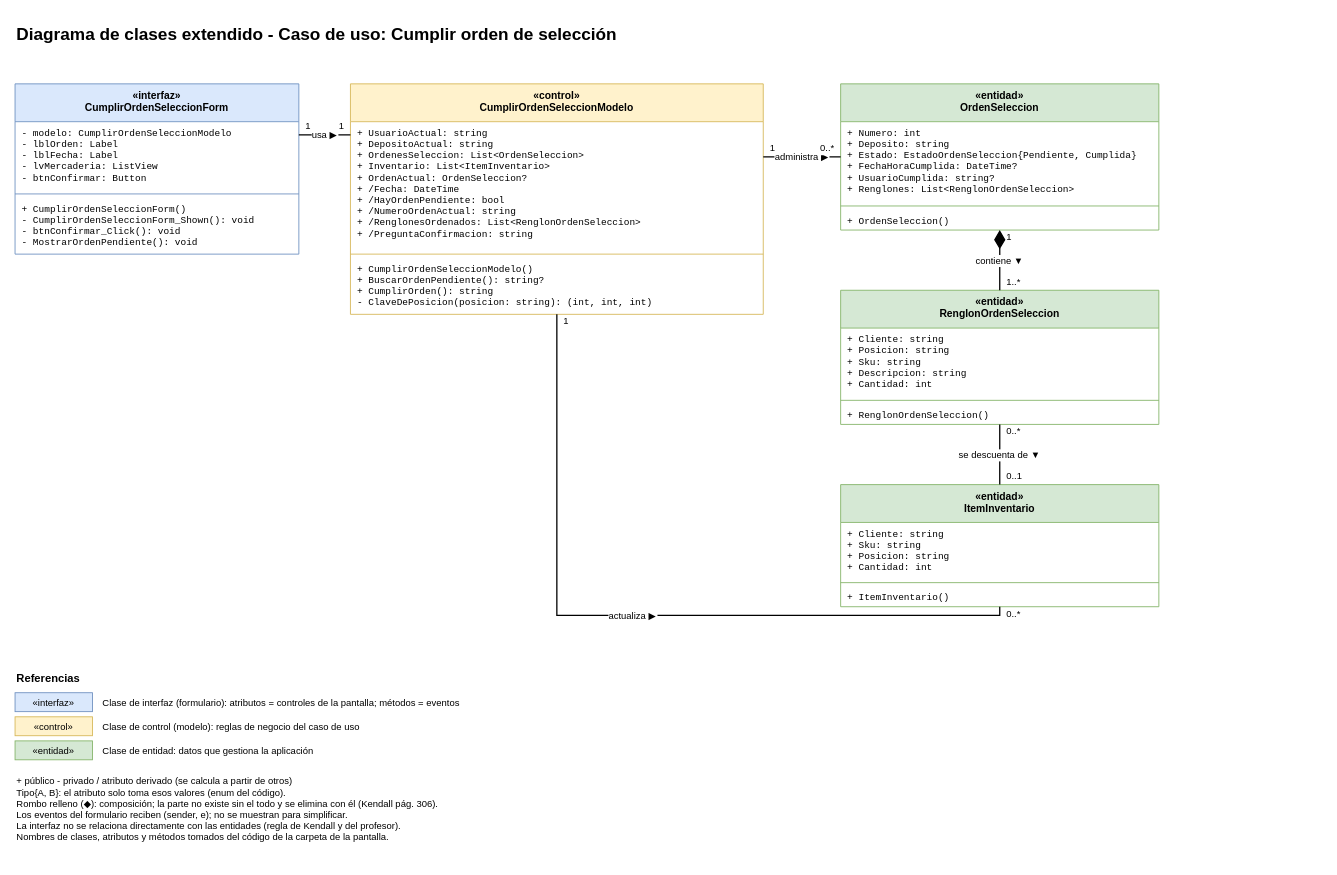
Teomt1/GrupoC keeps this draw.io diagram as CumplirOrdenSeleccion/DiagramaClases-CumplirOrdenSeleccion.drawio. Above is the earlier version. Source tidied: cells renumbered, new cells numbered last; positions are measured from the earlier drawing's top-left corner, leaving out a move shared by most shapes. Both pictures are drawn from the tidied source at 86%, with x=0, y=0 at pixel (15, 15).
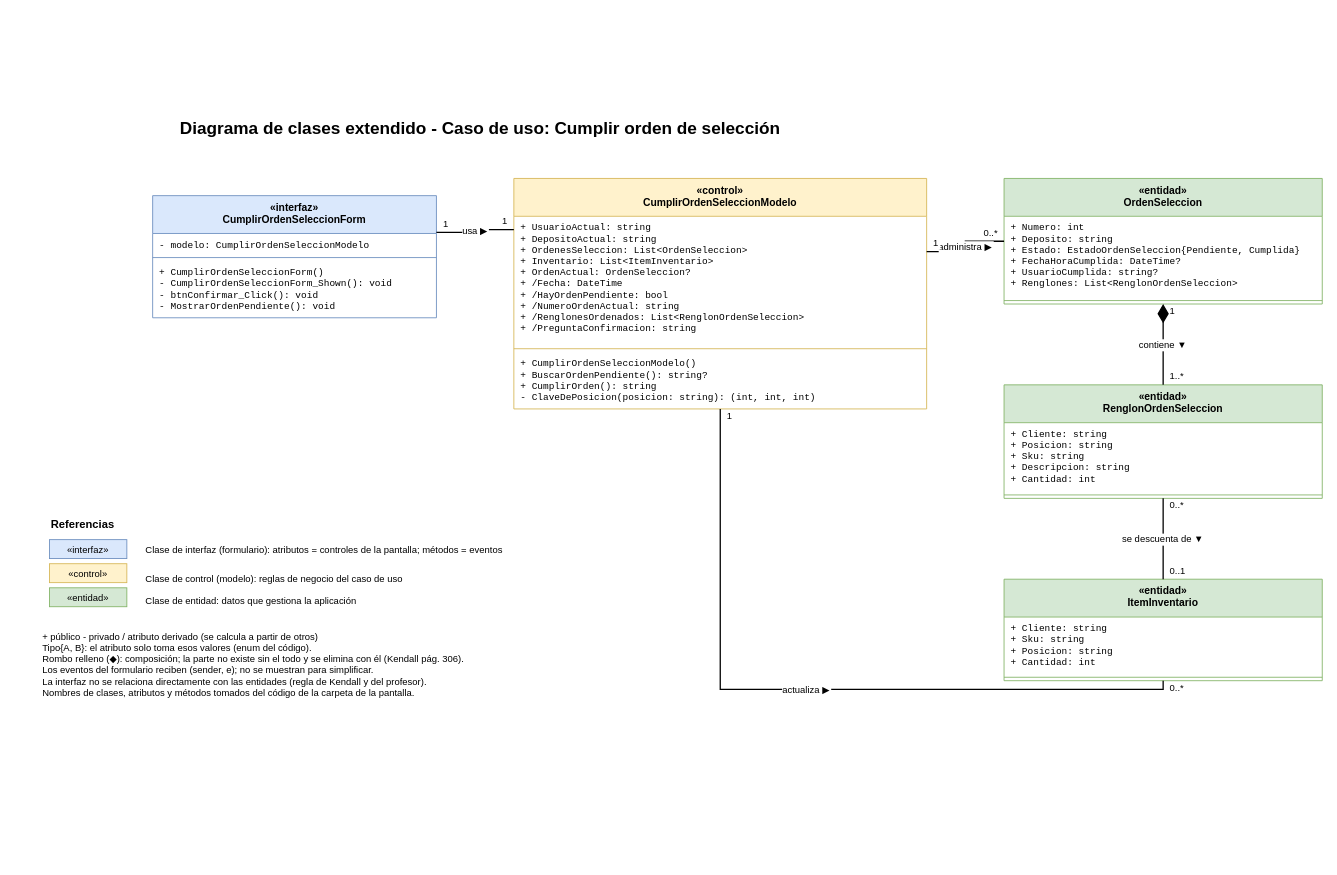
Above is the later version.

Commit message:
diagrama actualizado ordenseleccion

The change refers to these unchanged cells:
```xml
<mxCell id="23" value="usa ▶" style="endArrow=none;html=0;edgeStyle=orthogonalEdgeStyle;rounded=0;fontSize=11;labelBackgroundColor=#ffffff;strokeWidth=1.5;exitX=1;exitY=0.3;exitDx=0;exitDy=0;entryX=0;entryY=0.2216;entryDx=0;entryDy=0;" parent="1" edge="1" source="3" target="7">
  <mxGeometry relative="1" as="geometry" />
</mxCell>
<mxCell id="26" value="administra ▶" style="endArrow=none;html=0;edgeStyle=orthogonalEdgeStyle;rounded=0;fontSize=11;labelBackgroundColor=#ffffff;strokeWidth=1.5;exitX=1;exitY=0.3172;exitDx=0;exitDy=0;entryX=0;entryY=0.5;entryDx=0;entryDy=0;" parent="1" edge="1" source="7" target="11">
  <mxGeometry relative="1" as="geometry" />
</mxCell>
<mxCell id="29" value="actualiza ▶" style="endArrow=none;html=0;edgeStyle=orthogonalEdgeStyle;rounded=0;fontSize=11;labelBackgroundColor=#ffffff;strokeWidth=1.5;exitX=0.5;exitY=1;exitDx=0;exitDy=0;entryX=0.5;entryY=1;entryDx=0;entryDy=0;" parent="1" edge="1" source="7" target="19">
  <mxGeometry relative="1" as="geometry" />
</mxCell>
<mxCell id="32" value="contiene ▼" style="endArrow=none;html=0;edgeStyle=orthogonalEdgeStyle;rounded=0;fontSize=11;labelBackgroundColor=#ffffff;strokeWidth=1.5;startArrow=diamondThin;startFill=1;startSize=18;exitX=0.5;exitY=1;exitDx=0;exitDy=0;entryX=0.5;entryY=0;entryDx=0;entryDy=0;" parent="1" edge="1" source="11" target="15">
  <mxGeometry relative="1" as="geometry" />
</mxCell>
<mxCell id="35" value="se descuenta de ▼" style="endArrow=none;html=0;edgeStyle=orthogonalEdgeStyle;rounded=0;fontSize=11;labelBackgroundColor=#ffffff;strokeWidth=1.5;exitX=0.5;exitY=1;exitDx=0;exitDy=0;entryX=0.5;entryY=0;entryDx=0;entryDy=0;" parent="1" edge="1" source="15" target="19">
  <mxGeometry relative="1" as="geometry" />
</mxCell>
```

The edit, as a diff of the source:
```diff
@@
     <mxCell id="2" value="Diagrama de clases extendido - Caso de uso: Cumplir orden de selección" style="text;html=0;fontSize=20;fontStyle=1;align=left;verticalAlign=middle;" parent="1" vertex="1">
-      <mxGeometry width="1000" height="40" as="geometry" />
+      <mxGeometry x="190" y="110" width="1000" height="40" as="geometry" />
     </mxCell>
     <mxCell id="3" value="«interfaz»&#10;CumplirOrdenSeleccionForm" style="swimlane;fontStyle=1;align=center;verticalAlign=top;horizontal=1;startSize=44;html=0;whiteSpace=wrap;fillColor=#dae8fc;strokeColor=#6c8ebf;swimlaneFillColor=#ffffff;" parent="1" vertex="1">
-      <mxGeometry y="80" width="330" height="198" as="geometry" />
+      <mxGeometry x="160" y="210" width="330" height="142" as="geometry" />
     </mxCell>
-    <mxCell id="4" value="- modelo: CumplirOrdenSeleccionModelo&#10;- lblOrden: Label&#10;- lblFecha: Label&#10;- lvMercaderia: ListView&#10;- btnConfirmar: Button" style="text;strokeColor=none;fillColor=none;align=left;verticalAlign=top;spacingLeft=6;spacingRight=4;overflow=hidden;html=0;fontFamily=Consolas;fontSize=11;" parent="3" vertex="1">
-      <mxGeometry y="44" width="330" height="80" as="geometry" />
-    </mxCell>
-    <mxCell id="5" style="line;strokeWidth=1;fillColor=none;align=left;verticalAlign=middle;spacingTop=-1;spacingLeft=3;spacingRight=3;labelPosition=right;strokeColor=#6c8ebf;" parent="3" vertex="1">
-      <mxGeometry y="124" width="330" height="8" as="geometry" />
-    </mxCell>
+    <mxCell id="46" value="- modelo: CumplirOrdenSeleccionModelo" style="text;strokeColor=none;fillColor=none;align=left;verticalAlign=top;spacingLeft=6;spacingRight=4;overflow=hidden;html=0;fontFamily=Consolas;fontSize=11;" parent="3" vertex="1">
+      <mxGeometry y="44" width="330" height="24" as="geometry" />
+    </mxCell>
+    <mxCell id="47" style="line;strokeWidth=1;fillColor=none;align=left;verticalAlign=middle;spacingTop=-1;spacingLeft=3;spacingRight=3;labelPosition=right;strokeColor=#6c8ebf;" parent="3" vertex="1">
+      <mxGeometry y="68" width="330" height="8" as="geometry" />
+    </mxCell>
     <mxCell id="6" value="+ CumplirOrdenSeleccionForm()&#10;- CumplirOrdenSeleccionForm_Shown(): void&#10;- btnConfirmar_Click(): void&#10;- MostrarOrdenPendiente(): void" style="text;strokeColor=none;fillColor=none;align=left;verticalAlign=top;spacingLeft=6;spacingRight=4;overflow=hidden;html=0;fontFamily=Consolas;fontSize=11;" parent="3" vertex="1">
-      <mxGeometry y="132" width="330" height="66" as="geometry" />
+      <mxGeometry y="76" width="330" height="66" as="geometry" />
     </mxCell>
     <mxCell id="7" value="«control»&#10;CumplirOrdenSeleccionModelo" style="swimlane;fontStyle=1;align=center;verticalAlign=top;horizontal=1;startSize=44;html=0;whiteSpace=wrap;fillColor=#fff2cc;strokeColor=#d6b656;swimlaneFillColor=#ffffff;" parent="1" vertex="1">
-      <mxGeometry x="390" y="80" width="480" height="268" as="geometry" />
+      <mxGeometry x="580" y="190" width="480" height="268" as="geometry" />
     </mxCell>
@@
     <mxCell id="11" value="«entidad»&#10;OrdenSeleccion" style="swimlane;fontStyle=1;align=center;verticalAlign=top;horizontal=1;startSize=44;html=0;whiteSpace=wrap;fillColor=#d5e8d4;strokeColor=#82b366;swimlaneFillColor=#ffffff;" parent="1" vertex="1">
-      <mxGeometry x="960" y="80" width="370" height="170" as="geometry" />
+      <mxGeometry x="1150" y="190" width="370" height="146" as="geometry" />
     </mxCell>
@@
-    <mxCell id="14" value="+ OrdenSeleccion()" style="text;strokeColor=none;fillColor=none;align=left;verticalAlign=top;spacingLeft=6;spacingRight=4;overflow=hidden;html=0;fontFamily=Consolas;fontSize=11;" parent="11" vertex="1">
-      <mxGeometry y="146" width="370" height="24" as="geometry" />
-    </mxCell>
     <mxCell id="15" value="«entidad»&#10;RenglonOrdenSeleccion" style="swimlane;fontStyle=1;align=center;verticalAlign=top;horizontal=1;startSize=44;html=0;whiteSpace=wrap;fillColor=#d5e8d4;strokeColor=#82b366;swimlaneFillColor=#ffffff;" parent="1" vertex="1">
-      <mxGeometry x="960" y="320" width="370" height="156" as="geometry" />
+      <mxGeometry x="1150" y="430" width="370" height="132" as="geometry" />
     </mxCell>
@@
-    <mxCell id="18" value="+ RenglonOrdenSeleccion()" style="text;strokeColor=none;fillColor=none;align=left;verticalAlign=top;spacingLeft=6;spacingRight=4;overflow=hidden;html=0;fontFamily=Consolas;fontSize=11;" parent="15" vertex="1">
-      <mxGeometry y="132" width="370" height="24" as="geometry" />
-    </mxCell>
     <mxCell id="19" value="«entidad»&#10;ItemInventario" style="swimlane;fontStyle=1;align=center;verticalAlign=top;horizontal=1;startSize=44;html=0;whiteSpace=wrap;fillColor=#d5e8d4;strokeColor=#82b366;swimlaneFillColor=#ffffff;" parent="1" vertex="1">
-      <mxGeometry x="960" y="546" width="370" height="142" as="geometry" />
+      <mxGeometry x="1150" y="656" width="370" height="118" as="geometry" />
     </mxCell>
@@
-    <mxCell id="22" value="+ ItemInventario()" style="text;strokeColor=none;fillColor=none;align=left;verticalAlign=top;spacingLeft=6;spacingRight=4;overflow=hidden;html=0;fontFamily=Consolas;fontSize=11;" parent="19" vertex="1">
-      <mxGeometry y="118" width="370" height="24" as="geometry" />
-    </mxCell>
@@
-    <mxCell id="24" value="1" style="edgeLabel;html=0;align=left;verticalAlign=bottom;fontSize=11;" parent="23" vertex="1">
-      <mxGeometry x="-1" relative="1" as="geometry">
-        <mxPoint x="6" y="-2" as="offset" />
-      </mxGeometry>
-    </mxCell>
+    <mxCell id="48" value="1" style="edgeLabel;html=0;align=left;verticalAlign=bottom;fontSize=11;" parent="23" vertex="1">
+      <mxGeometry x="-1" relative="1" as="geometry">
+        <mxPoint x="6" y="-2" as="offset" />
+      </mxGeometry>
+    </mxCell>
@@
-    <mxCell id="27" value="1" style="edgeLabel;html=0;align=left;verticalAlign=bottom;fontSize=11;" parent="26" vertex="1">
-      <mxGeometry x="-1" relative="1" as="geometry">
-        <mxPoint x="6" y="-2" as="offset" />
-      </mxGeometry>
-    </mxCell>
+    <mxCell id="49" value="1" style="edgeLabel;html=0;align=left;verticalAlign=bottom;fontSize=11;" parent="26" vertex="1">
+      <mxGeometry x="-1" relative="1" as="geometry">
+        <mxPoint x="6" y="-2" as="offset" />
+      </mxGeometry>
+    </mxCell>
@@
-    <mxCell id="30" value="1" style="edgeLabel;html=0;align=left;verticalAlign=bottom;fontSize=11;" parent="29" vertex="1">
-      <mxGeometry x="-1" relative="1" as="geometry">
-        <mxPoint x="6" y="16" as="offset" />
-      </mxGeometry>
-    </mxCell>
-    <mxCell id="31" value="0..*" style="edgeLabel;html=0;align=left;verticalAlign=bottom;fontSize=11;" parent="29" vertex="1">
-      <mxGeometry x="1" relative="1" as="geometry">
-        <mxPoint x="6" y="16" as="offset" />
-      </mxGeometry>
-    </mxCell>
+    <mxCell id="50" value="1" style="edgeLabel;html=0;align=left;verticalAlign=bottom;fontSize=11;" parent="29" vertex="1">
+      <mxGeometry x="-1" relative="1" as="geometry">
+        <mxPoint x="6" y="16" as="offset" />
+      </mxGeometry>
+    </mxCell>
+    <mxCell id="51" value="0..*" style="edgeLabel;html=0;align=left;verticalAlign=bottom;fontSize=11;" parent="29" vertex="1">
+      <mxGeometry x="1" relative="1" as="geometry">
+        <mxPoint x="6" y="16" as="offset" />
+      </mxGeometry>
+    </mxCell>
@@
-    <mxCell id="33" value="1" style="edgeLabel;html=0;align=left;verticalAlign=bottom;fontSize=11;" parent="32" vertex="1">
-      <mxGeometry x="-1" relative="1" as="geometry">
-        <mxPoint x="6" y="16" as="offset" />
-      </mxGeometry>
-    </mxCell>
+    <mxCell id="52" value="1" style="edgeLabel;html=0;align=left;verticalAlign=bottom;fontSize=11;" parent="32" vertex="1">
+      <mxGeometry x="-1" relative="1" as="geometry">
+        <mxPoint x="6" y="16" as="offset" />
+      </mxGeometry>
+    </mxCell>
@@
-    <mxCell id="36" value="0..*" style="edgeLabel;html=0;align=left;verticalAlign=bottom;fontSize=11;" parent="35" vertex="1">
-      <mxGeometry x="-1" relative="1" as="geometry">
-        <mxPoint x="6" y="16" as="offset" />
-      </mxGeometry>
-    </mxCell>
+    <mxCell id="53" value="0..*" style="edgeLabel;html=0;align=left;verticalAlign=bottom;fontSize=11;" parent="35" vertex="1">
+      <mxGeometry x="-1" relative="1" as="geometry">
+        <mxPoint x="6" y="16" as="offset" />
+      </mxGeometry>
+    </mxCell>
@@
     <mxCell id="38" value="Referencias" style="text;html=0;fontSize=13;fontStyle=1;align=left;verticalAlign=middle;" parent="1" vertex="1">
-      <mxGeometry y="758" width="200" height="24" as="geometry" />
+      <mxGeometry x="40" y="580" width="200" height="24" as="geometry" />
     </mxCell>
     <mxCell id="39" value="«interfaz»" style="rounded=0;html=0;fillColor=#dae8fc;strokeColor=#6c8ebf;fontSize=11;" parent="1" vertex="1">
-      <mxGeometry y="788" width="90" height="22" as="geometry" />
+      <mxGeometry x="40" y="610" width="90" height="22" as="geometry" />
     </mxCell>
     <mxCell id="40" value="Clase de interfaz (formulario): atributos = controles de la pantalla; métodos = eventos" style="text;html=0;fontSize=11;align=left;verticalAlign=middle;" parent="1" vertex="1">
-      <mxGeometry x="100" y="788" width="600" height="22" as="geometry" />
+      <mxGeometry x="150" y="610" width="600" height="22" as="geometry" />
     </mxCell>
     <mxCell id="41" value="«control»" style="rounded=0;html=0;fillColor=#fff2cc;strokeColor=#d6b656;fontSize=11;" parent="1" vertex="1">
-      <mxGeometry y="816" width="90" height="22" as="geometry" />
+      <mxGeometry x="40" y="638" width="90" height="22" as="geometry" />
     </mxCell>
     <mxCell id="42" value="Clase de control (modelo): reglas de negocio del caso de uso" style="text;html=0;fontSize=11;align=left;verticalAlign=middle;" parent="1" vertex="1">
-      <mxGeometry x="100" y="816" width="600" height="22" as="geometry" />
+      <mxGeometry x="150" y="644" width="600" height="22" as="geometry" />
     </mxCell>
     <mxCell id="43" value="«entidad»" style="rounded=0;html=0;fillColor=#d5e8d4;strokeColor=#82b366;fontSize=11;" parent="1" vertex="1">
-      <mxGeometry y="844" width="90" height="22" as="geometry" />
+      <mxGeometry x="40" y="666" width="90" height="22" as="geometry" />
     </mxCell>
     <mxCell id="44" value="Clase de entidad: datos que gestiona la aplicación" style="text;html=0;fontSize=11;align=left;verticalAlign=middle;" parent="1" vertex="1">
-      <mxGeometry x="100" y="844" width="600" height="22" as="geometry" />
+      <mxGeometry x="150" y="670" width="600" height="22" as="geometry" />
     </mxCell>
     <mxCell id="45" value="+ público   - privado   / atributo derivado (se calcula a partir de otros)&#10;Tipo{A, B}: el atributo solo toma esos valores (enum del código).&#10;Rombo relleno (◆): composición; la parte no existe sin el todo y se elimina con él (Kendall pág. 306).&#10;Los eventos del formulario reciben (sender, e); no se muestran para simplificar.&#10;La interfaz no se relaciona directamente con las entidades (regla de Kendall y del profesor).&#10;Nombres de clases, atributos y métodos tomados del código de la carpeta de la pantalla." style="text;html=0;fontSize=11;align=left;verticalAlign=top;" parent="1" vertex="1">
-      <mxGeometry y="878" width="900" height="106" as="geometry" />
+      <mxGeometry x="30" y="710" width="900" height="106" as="geometry" />
     </mxCell>
```
